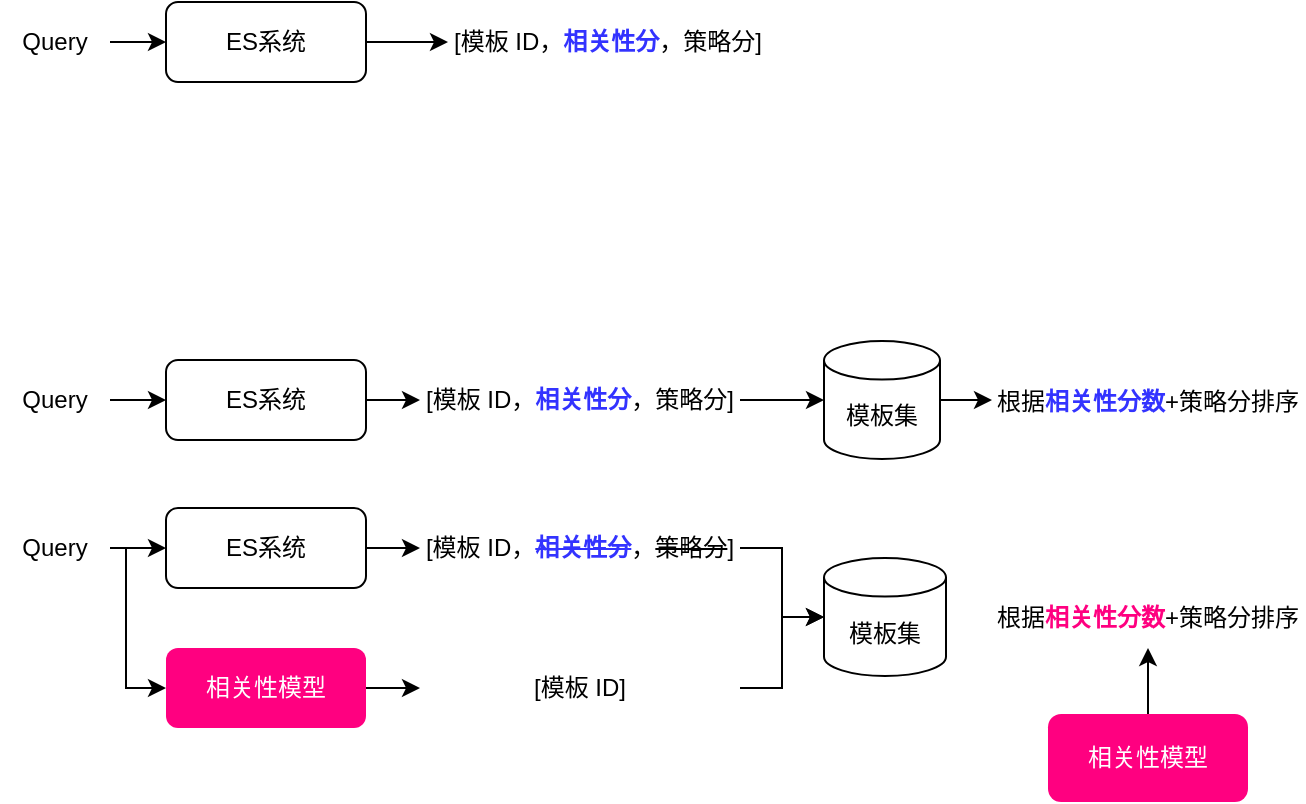
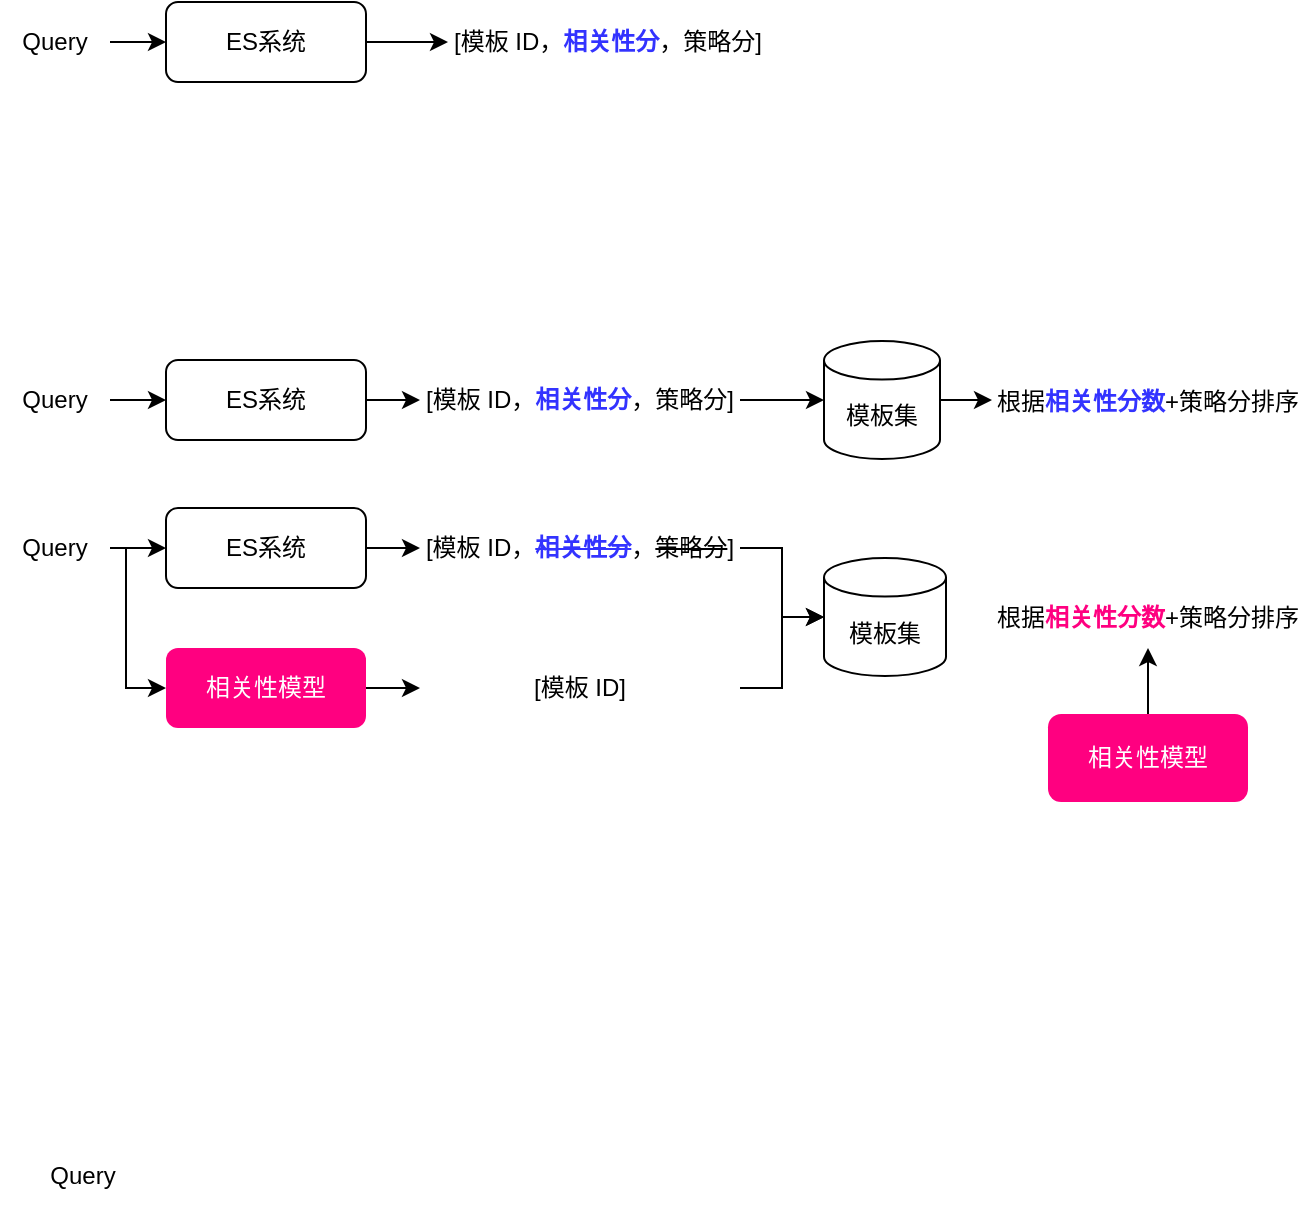
- <mxfile host="app.diagrams.net" agent="Mozilla/5.0 (Macintosh; Intel Mac OS X 10_15_7) AppleWebKit/537.36 (KHTML, like Gecko) Chrome/144.0.0.0 Safari/537.36" version="29.6.4">
+ <mxfile host="app.diagrams.net" agent="Mozilla/5.0 (Macintosh; Intel Mac OS X 10_15_7) AppleWebKit/537.36 (KHTML, like Gecko) Chrome/144.0.0.0 Safari/537.36">
  <diagram name="第 1 页" id="uyMwIPwE8jGqM493bscI">
-     <mxGraphModel dx="726" dy="415" grid="0" gridSize="10" guides="1" tooltips="1" connect="1" arrows="1" fold="1" page="0" pageScale="1" pageWidth="827" pageHeight="1169" math="0" shadow="0">
+     <mxGraphModel dx="1222" dy="706" grid="0" gridSize="10" guides="1" tooltips="1" connect="1" arrows="1" fold="1" page="0" pageScale="1" pageWidth="827" pageHeight="1169" math="0" shadow="0">
      <root>
        <mxCell id="0" />
        <mxCell id="1" parent="0" />
        <mxCell id="O6CiZJdHcVNpomKDh7BP-5" edge="1" parent="1" source="O6CiZJdHcVNpomKDh7BP-1" style="edgeStyle=orthogonalEdgeStyle;rounded=0;orthogonalLoop=1;jettySize=auto;html=1;" target="O6CiZJdHcVNpomKDh7BP-4" value="">
          <mxGeometry relative="1" as="geometry" />
        </mxCell>
        <mxCell id="O6CiZJdHcVNpomKDh7BP-1" parent="1" style="rounded=1;whiteSpace=wrap;html=1;" value="ES系统" vertex="1">
          <mxGeometry height="40" width="100" x="239" y="200" as="geometry" />
        </mxCell>
        <mxCell id="O6CiZJdHcVNpomKDh7BP-3" edge="1" parent="1" source="O6CiZJdHcVNpomKDh7BP-2" style="edgeStyle=orthogonalEdgeStyle;rounded=0;orthogonalLoop=1;jettySize=auto;html=1;" target="O6CiZJdHcVNpomKDh7BP-1" value="">
          <mxGeometry relative="1" as="geometry" />
        </mxCell>
        <mxCell id="O6CiZJdHcVNpomKDh7BP-2" parent="1" style="text;html=1;whiteSpace=wrap;strokeColor=none;fillColor=none;align=center;verticalAlign=middle;rounded=0;" value="Query" vertex="1">
          <mxGeometry height="30" width="55" x="156" y="205" as="geometry" />
        </mxCell>
        <mxCell id="O6CiZJdHcVNpomKDh7BP-4" parent="1" style="text;html=1;whiteSpace=wrap;strokeColor=none;fillColor=none;align=center;verticalAlign=middle;rounded=0;" value="[模板 ID，&lt;font style=&quot;color: rgb(51, 51, 255);&quot;&gt;&lt;b&gt;相关性分&lt;/b&gt;&lt;/font&gt;，策略分]" vertex="1">
          <mxGeometry height="30" width="160" x="380" y="205" as="geometry" />
        </mxCell>
        <mxCell id="O6CiZJdHcVNpomKDh7BP-6" edge="1" parent="1" source="O6CiZJdHcVNpomKDh7BP-7" style="edgeStyle=orthogonalEdgeStyle;rounded=0;orthogonalLoop=1;jettySize=auto;html=1;" target="O6CiZJdHcVNpomKDh7BP-10" value="">
          <mxGeometry relative="1" as="geometry" />
        </mxCell>
        <mxCell id="O6CiZJdHcVNpomKDh7BP-7" parent="1" style="rounded=1;whiteSpace=wrap;html=1;" value="ES系统" vertex="1">
          <mxGeometry height="40" width="100" x="239" y="379" as="geometry" />
        </mxCell>
        <mxCell id="O6CiZJdHcVNpomKDh7BP-8" edge="1" parent="1" source="O6CiZJdHcVNpomKDh7BP-9" style="edgeStyle=orthogonalEdgeStyle;rounded=0;orthogonalLoop=1;jettySize=auto;html=1;" target="O6CiZJdHcVNpomKDh7BP-7" value="">
          <mxGeometry relative="1" as="geometry" />
        </mxCell>
        <mxCell id="O6CiZJdHcVNpomKDh7BP-9" parent="1" style="text;html=1;whiteSpace=wrap;strokeColor=none;fillColor=none;align=center;verticalAlign=middle;rounded=0;" value="Query" vertex="1">
          <mxGeometry height="30" width="55" x="156" y="384" as="geometry" />
        </mxCell>
        <mxCell id="O6CiZJdHcVNpomKDh7BP-28" edge="1" parent="1" source="O6CiZJdHcVNpomKDh7BP-10" style="edgeStyle=orthogonalEdgeStyle;rounded=0;orthogonalLoop=1;jettySize=auto;html=1;exitX=1;exitY=0.5;exitDx=0;exitDy=0;" target="O6CiZJdHcVNpomKDh7BP-27">
          <mxGeometry relative="1" as="geometry" />
        </mxCell>
        <mxCell id="O6CiZJdHcVNpomKDh7BP-10" parent="1" style="text;html=1;whiteSpace=wrap;strokeColor=none;fillColor=none;align=center;verticalAlign=middle;rounded=0;" value="[模板 ID，&lt;font style=&quot;color: rgb(51, 51, 255);&quot;&gt;&lt;b&gt;相关性分&lt;/b&gt;&lt;/font&gt;，策略分]" vertex="1">
          <mxGeometry height="30" width="160" x="366" y="384" as="geometry" />
        </mxCell>
        <mxCell id="O6CiZJdHcVNpomKDh7BP-14" edge="1" parent="1" source="O6CiZJdHcVNpomKDh7BP-11" style="edgeStyle=orthogonalEdgeStyle;rounded=0;orthogonalLoop=1;jettySize=auto;html=1;" target="O6CiZJdHcVNpomKDh7BP-12" value="">
          <mxGeometry relative="1" as="geometry" />
        </mxCell>
        <mxCell id="O6CiZJdHcVNpomKDh7BP-15" edge="1" parent="1" source="O6CiZJdHcVNpomKDh7BP-11" style="edgeStyle=orthogonalEdgeStyle;rounded=0;orthogonalLoop=1;jettySize=auto;html=1;exitX=1;exitY=0.5;exitDx=0;exitDy=0;entryX=0;entryY=0.5;entryDx=0;entryDy=0;" target="O6CiZJdHcVNpomKDh7BP-18">
          <mxGeometry relative="1" as="geometry">
            <Array as="points">
              <mxPoint x="219" y="473" />
              <mxPoint x="219" y="543" />
              <mxPoint x="239" y="543" />
            </Array>
            <mxPoint x="239" y="543" as="targetPoint" />
          </mxGeometry>
        </mxCell>
        <mxCell id="O6CiZJdHcVNpomKDh7BP-11" parent="1" style="text;html=1;whiteSpace=wrap;strokeColor=none;fillColor=none;align=center;verticalAlign=middle;rounded=0;" value="Query" vertex="1">
          <mxGeometry height="30" width="55" x="156" y="458" as="geometry" />
        </mxCell>
        <mxCell id="O6CiZJdHcVNpomKDh7BP-17" edge="1" parent="1" source="O6CiZJdHcVNpomKDh7BP-12" style="edgeStyle=orthogonalEdgeStyle;rounded=0;orthogonalLoop=1;jettySize=auto;html=1;exitX=1;exitY=0.5;exitDx=0;exitDy=0;entryX=0;entryY=0.5;entryDx=0;entryDy=0;" target="O6CiZJdHcVNpomKDh7BP-16">
          <mxGeometry relative="1" as="geometry" />
        </mxCell>
        <mxCell id="O6CiZJdHcVNpomKDh7BP-12" parent="1" style="rounded=1;whiteSpace=wrap;html=1;" value="ES系统" vertex="1">
          <mxGeometry height="40" width="100" x="239" y="453" as="geometry" />
        </mxCell>
        <mxCell id="O6CiZJdHcVNpomKDh7BP-24" edge="1" parent="1" source="O6CiZJdHcVNpomKDh7BP-16" style="edgeStyle=orthogonalEdgeStyle;rounded=0;orthogonalLoop=1;jettySize=auto;html=1;exitX=1;exitY=0.5;exitDx=0;exitDy=0;" target="O6CiZJdHcVNpomKDh7BP-23">
          <mxGeometry relative="1" as="geometry" />
        </mxCell>
        <mxCell id="O6CiZJdHcVNpomKDh7BP-16" parent="1" style="text;html=1;whiteSpace=wrap;strokeColor=none;fillColor=none;align=center;verticalAlign=middle;rounded=0;" value="[模板 ID，&lt;font style=&quot;color: rgb(51, 51, 255);&quot;&gt;&lt;b&gt;&lt;strike&gt;相关性分&lt;/strike&gt;&lt;/b&gt;&lt;/font&gt;，&lt;strike&gt;策略分&lt;/strike&gt;]" vertex="1">
          <mxGeometry height="30" width="160" x="366" y="458" as="geometry" />
        </mxCell>
        <mxCell id="O6CiZJdHcVNpomKDh7BP-20" edge="1" parent="1" source="O6CiZJdHcVNpomKDh7BP-18" style="edgeStyle=orthogonalEdgeStyle;rounded=0;orthogonalLoop=1;jettySize=auto;html=1;" target="O6CiZJdHcVNpomKDh7BP-19">
          <mxGeometry relative="1" as="geometry" />
        </mxCell>
        <mxCell id="O6CiZJdHcVNpomKDh7BP-18" parent="1" style="rounded=1;whiteSpace=wrap;html=1;strokeColor=none;fontColor=#FFFFFF;fillColor=#FF0080;" value="相关性模型" vertex="1">
          <mxGeometry height="40" width="100" x="239" y="523" as="geometry" />
        </mxCell>
        <mxCell id="O6CiZJdHcVNpomKDh7BP-19" parent="1" style="text;html=1;whiteSpace=wrap;strokeColor=none;fillColor=none;align=center;verticalAlign=middle;rounded=0;" value="[模板 ID]" vertex="1">
          <mxGeometry height="30" width="160" x="366" y="528" as="geometry" />
        </mxCell>
        <mxCell id="O6CiZJdHcVNpomKDh7BP-32" edge="1" parent="1" source="O6CiZJdHcVNpomKDh7BP-21" style="edgeStyle=orthogonalEdgeStyle;rounded=0;orthogonalLoop=1;jettySize=auto;html=1;entryX=0.5;entryY=1;entryDx=0;entryDy=0;" target="O6CiZJdHcVNpomKDh7BP-31">
          <mxGeometry relative="1" as="geometry" />
        </mxCell>
        <mxCell id="O6CiZJdHcVNpomKDh7BP-21" parent="1" style="rounded=1;whiteSpace=wrap;html=1;fillColor=#FF0080;strokeColor=none;fontColor=#FFFFFF;" value="相关性模型" vertex="1">
          <mxGeometry height="44" width="100" x="680" y="556" as="geometry" />
        </mxCell>
        <mxCell id="O6CiZJdHcVNpomKDh7BP-23" parent="1" style="shape=cylinder3;whiteSpace=wrap;html=1;boundedLbl=1;backgroundOutline=1;size=9.647058823529392;" value="模板集" vertex="1">
          <mxGeometry height="59" width="61" x="568" y="478" as="geometry" />
        </mxCell>
        <mxCell id="O6CiZJdHcVNpomKDh7BP-26" edge="1" parent="1" source="O6CiZJdHcVNpomKDh7BP-19" style="edgeStyle=orthogonalEdgeStyle;rounded=0;orthogonalLoop=1;jettySize=auto;html=1;exitX=1;exitY=0.5;exitDx=0;exitDy=0;entryX=0;entryY=0.5;entryDx=0;entryDy=0;entryPerimeter=0;" target="O6CiZJdHcVNpomKDh7BP-23">
          <mxGeometry relative="1" as="geometry" />
        </mxCell>
        <mxCell id="O6CiZJdHcVNpomKDh7BP-30" edge="1" parent="1" source="O6CiZJdHcVNpomKDh7BP-27" style="edgeStyle=orthogonalEdgeStyle;rounded=0;orthogonalLoop=1;jettySize=auto;html=1;exitX=1;exitY=0.5;exitDx=0;exitDy=0;exitPerimeter=0;entryX=0;entryY=0.5;entryDx=0;entryDy=0;" target="O6CiZJdHcVNpomKDh7BP-29">
          <mxGeometry relative="1" as="geometry" />
        </mxCell>
        <mxCell id="O6CiZJdHcVNpomKDh7BP-27" parent="1" style="shape=cylinder3;whiteSpace=wrap;html=1;boundedLbl=1;backgroundOutline=1;size=9.647058823529392;" value="模板集" vertex="1">
          <mxGeometry height="59" width="58" x="568" y="369.5" as="geometry" />
        </mxCell>
        <mxCell id="O6CiZJdHcVNpomKDh7BP-29" parent="1" style="text;html=1;whiteSpace=wrap;strokeColor=none;fillColor=none;align=center;verticalAlign=middle;rounded=0;" value="根据&lt;font style=&quot;color: rgb(51, 51, 255);&quot;&gt;&lt;b&gt;相关性分数&lt;/b&gt;&lt;/font&gt;+策略分排序" vertex="1">
          <mxGeometry height="31" width="156" x="652" y="384" as="geometry" />
        </mxCell>
        <mxCell id="O6CiZJdHcVNpomKDh7BP-31" parent="1" style="text;html=1;whiteSpace=wrap;strokeColor=none;fillColor=none;align=center;verticalAlign=middle;rounded=0;" value="根据&lt;font style=&quot;color: rgb(255, 0, 128);&quot;&gt;&lt;b&gt;相关性分数&lt;/b&gt;&lt;/font&gt;+策略分排序" vertex="1">
          <mxGeometry height="31" width="156" x="652" y="492" as="geometry" />
        </mxCell>
+         <mxCell id="GK8AZQt4zVpxBLM8WsAE-1" parent="1" style="text;html=1;whiteSpace=wrap;strokeColor=none;fillColor=none;align=center;verticalAlign=middle;rounded=0;" value="Query" vertex="1">
+           <mxGeometry height="30" width="55" x="170" y="772" as="geometry" />
+         </mxCell>
      </root>
    </mxGraphModel>
  </diagram>
</mxfile>
